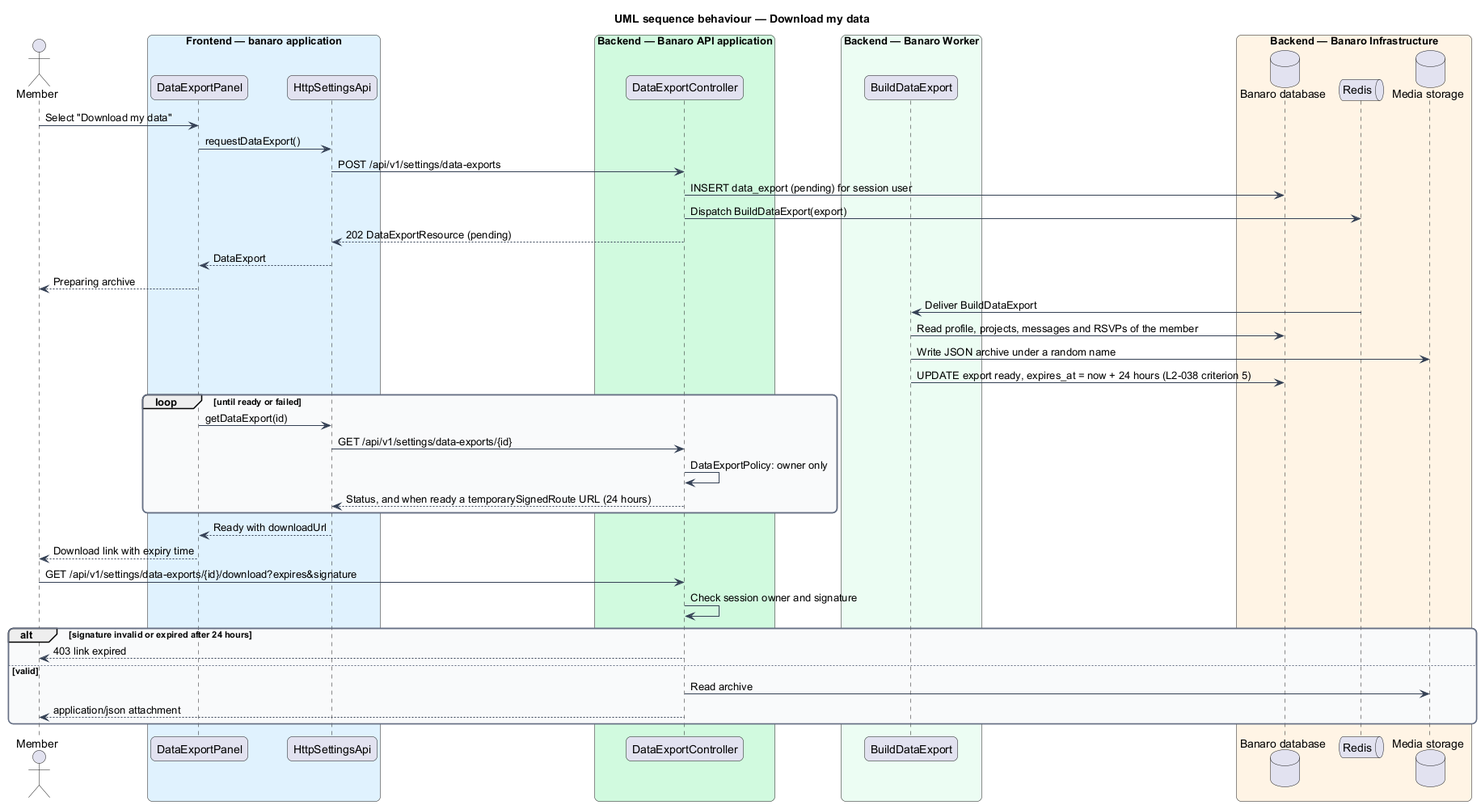
The PlantUML diagram docs/detailed-designs/settings/delete-account/diagrams/sequence-download-my-data.png in QuinntyneBrown/banaro, before a commit.
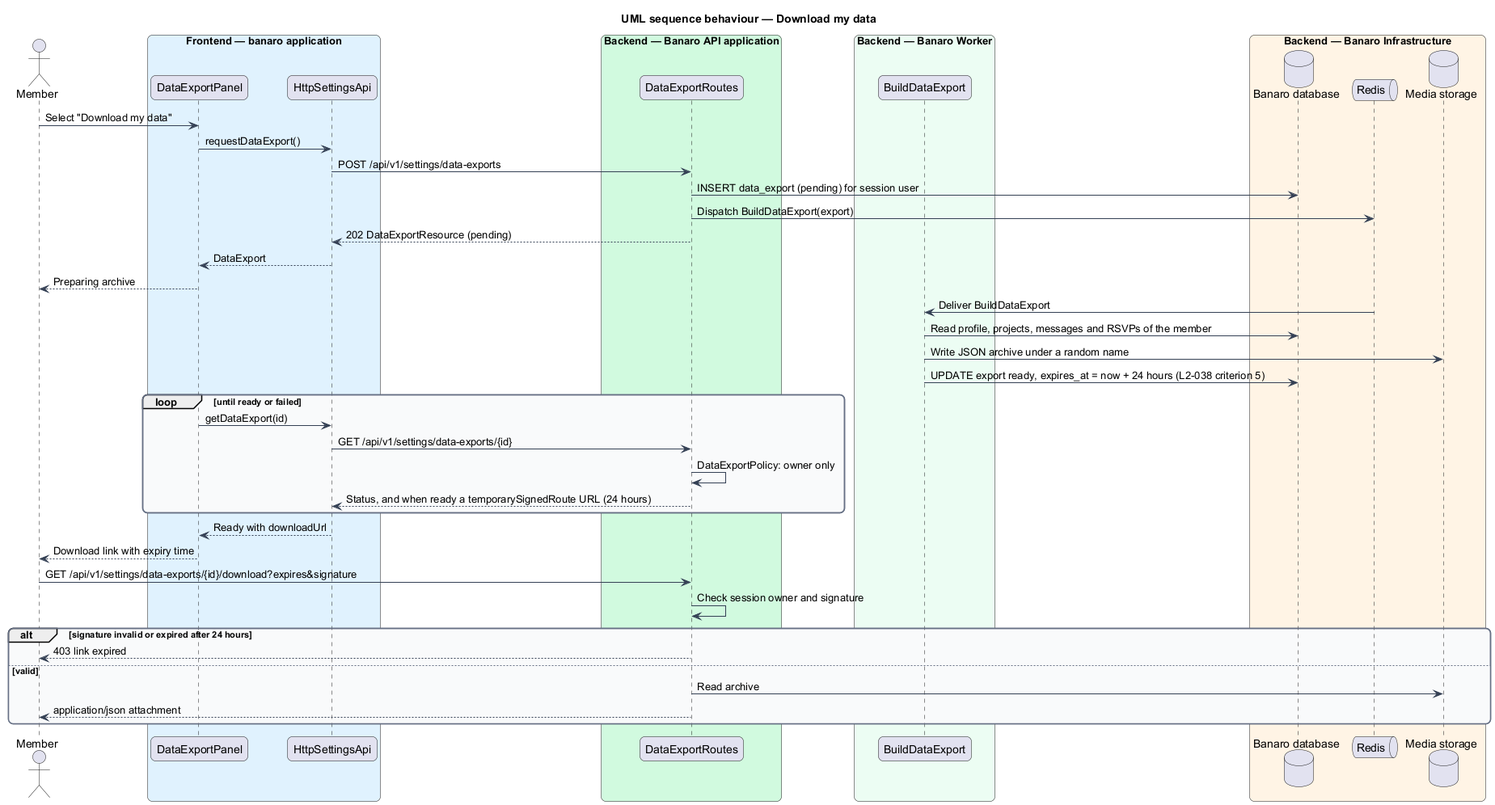
The same file after the commit.

Diff of the diagram source:
```diff
@@ -20,7 +20,7 @@
   participant "HttpSettingsApi" as client
 end box
 box "Backend — Banaro API application" #D1FADF
-  participant "DataExportController" as controller
+  participant "DataExportRoutes" as controller
 end box
 box "Backend — Banaro Worker" #ECFDF3
   participant "BuildDataExport" as job
```
